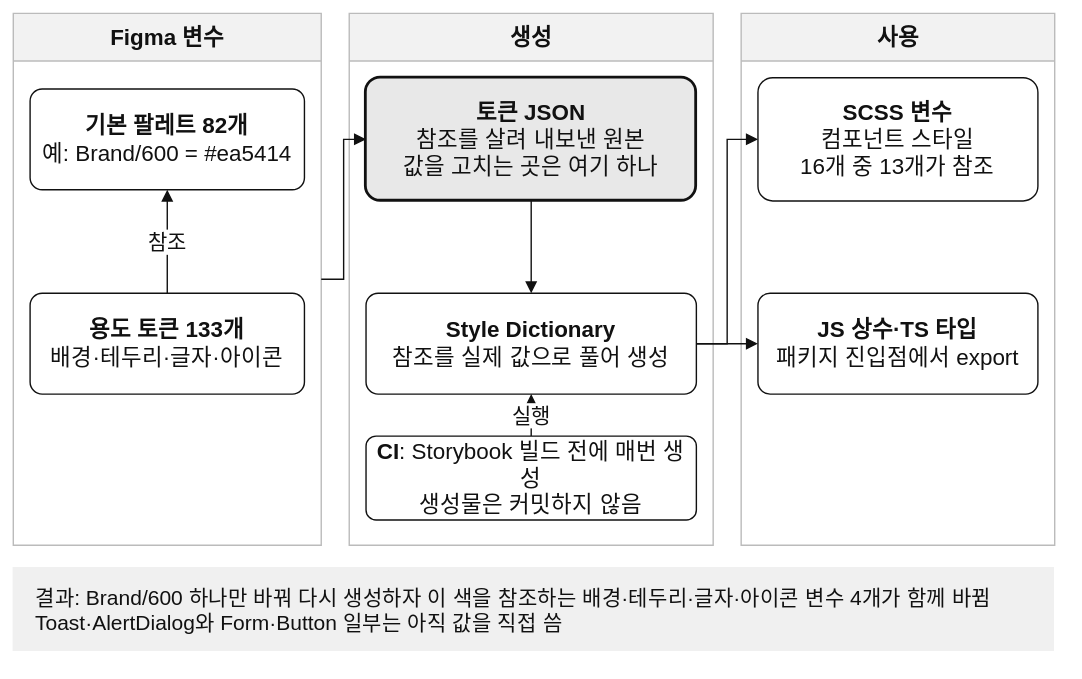
Earlier version of the draw.io export public/diagrams/design-token-pipeline.drawio.svg (reasonjun/portfolio). Source tidied: cells renumbered, new cells last; positions are measured from the earlier drawing's top-left corner, leaving out a move shared by most shapes. The source it was exported from:
```xml
<mxGraphModel background="#FFFFFF">
  <root>
    <mxCell id="0" />
    <mxCell id="1" parent="0" />
    <mxCell id="2" value="&lt;b&gt;Figma 변수&lt;/b&gt;" style="swimlane;startSize=34;html=1;fontSize=16;fontColor=#111111;strokeColor=#BBBBBB;fillColor=#F2F2F2;swimlaneFillColor=#FFFFFF;rounded=0;" parent="1" vertex="1">
      <mxGeometry width="220" height="380" as="geometry" />
    </mxCell>
    <mxCell id="3" value="&lt;b&gt;생성&lt;/b&gt;" style="swimlane;startSize=34;html=1;fontSize=16;fontColor=#111111;strokeColor=#BBBBBB;fillColor=#F2F2F2;swimlaneFillColor=#FFFFFF;rounded=0;" parent="1" vertex="1">
      <mxGeometry x="240" width="260" height="380" as="geometry" />
    </mxCell>
    <mxCell id="4" value="&lt;b&gt;사용&lt;/b&gt;" style="swimlane;startSize=34;html=1;fontSize=16;fontColor=#111111;strokeColor=#BBBBBB;fillColor=#F2F2F2;swimlaneFillColor=#FFFFFF;rounded=0;" parent="1" vertex="1">
      <mxGeometry x="520" width="224" height="380" as="geometry" />
    </mxCell>
    <mxCell id="5" value="&lt;b&gt;기본 팔레트 82개&lt;/b&gt;&lt;br&gt;예: Brand/600 = #ea5414" style="rounded=1;whiteSpace=wrap;html=1;fontSize=16;fontColor=#111111;strokeColor=#111111;fillColor=#FFFFFF;arcSize=12;" parent="1" vertex="1">
      <mxGeometry x="12" y="54" width="196" height="72" as="geometry" />
    </mxCell>
    <mxCell id="6" value="&lt;b&gt;용도 토큰 133개&lt;/b&gt;&lt;br&gt;배경·테두리·글자·아이콘" style="rounded=1;whiteSpace=wrap;html=1;fontSize=16;fontColor=#111111;strokeColor=#111111;fillColor=#FFFFFF;arcSize=12;" parent="1" vertex="1">
      <mxGeometry x="12" y="200" width="196" height="72" as="geometry" />
    </mxCell>
    <mxCell id="7" value="&lt;b&gt;토큰 JSON&lt;/b&gt;&lt;br&gt;참조를 살려 내보낸 원본&lt;br&gt;값을 고치는 곳은 여기 하나" style="rounded=1;whiteSpace=wrap;html=1;fontSize=16;fontColor=#111111;strokeColor=#111111;strokeWidth=2;fillColor=#E8E8E8;arcSize=12;" parent="1" vertex="1">
      <mxGeometry x="252" y="46" width="236" height="88" as="geometry" />
    </mxCell>
    <mxCell id="8" value="&lt;b&gt;Style Dictionary&lt;/b&gt;&lt;br&gt;참조를 실제 값으로 풀어 생성" style="rounded=1;whiteSpace=wrap;html=1;fontSize=16;fontColor=#111111;strokeColor=#111111;fillColor=#FFFFFF;arcSize=12;" parent="1" vertex="1">
      <mxGeometry x="252" y="200" width="236" height="72" as="geometry" />
    </mxCell>
    <mxCell id="9" value="&lt;b&gt;CI&lt;/b&gt;: Storybook 빌드 전에 매번 생성&lt;br&gt;생성물은 커밋하지 않음" style="rounded=1;whiteSpace=wrap;html=1;fontSize=16;fontColor=#111111;strokeColor=#111111;fillColor=#FFFFFF;arcSize=12;" parent="1" vertex="1">
      <mxGeometry x="252" y="302" width="236" height="60" as="geometry" />
    </mxCell>
    <mxCell id="10" value="&lt;b&gt;SCSS 변수&lt;/b&gt;&lt;br&gt;컴포넌트 스타일&lt;br&gt;16개 중 13개가 참조" style="rounded=1;whiteSpace=wrap;html=1;fontSize=16;fontColor=#111111;strokeColor=#111111;fillColor=#FFFFFF;arcSize=12;" parent="1" vertex="1">
      <mxGeometry x="532" y="46" width="200" height="88" as="geometry" />
    </mxCell>
    <mxCell id="11" value="&lt;b&gt;JS 상수·TS 타입&lt;/b&gt;&lt;br&gt;패키지 진입점에서 export" style="rounded=1;whiteSpace=wrap;html=1;fontSize=16;fontColor=#111111;strokeColor=#111111;fillColor=#FFFFFF;arcSize=12;" parent="1" vertex="1">
      <mxGeometry x="532" y="200" width="200" height="72" as="geometry" />
    </mxCell>
    <mxCell id="12" value="결과: Brand/600 하나만 바꿔 다시 생성하자 이 색을 참조하는 배경·테두리·글자·아이콘 변수 4개가 함께 바뀜&lt;br&gt;Toast·AlertDialog와 Form·Button 일부는 아직 값을 직접 씀" style="rounded=0;whiteSpace=wrap;html=1;fontSize=15;fontColor=#111111;strokeColor=none;fillColor=#F0F0F0;align=left;spacingLeft=14;" parent="1" vertex="1">
      <mxGeometry y="396" width="744" height="60" as="geometry" />
    </mxCell>
    <mxCell id="13" value="참조" style="endArrow=block;endFill=1;html=1;strokeColor=#111111;fontColor=#111111;fontSize=15;labelBackgroundColor=#FFFFFF;edgeStyle=orthogonalEdgeStyle;rounded=0;exitX=0.5;exitY=0;entryX=0.5;entryY=1;" parent="1" edge="1" source="6" target="5">
      <mxGeometry relative="1" as="geometry" />
    </mxCell>
    <mxCell id="14" style="endArrow=block;endFill=1;html=1;strokeColor=#111111;fontColor=#111111;fontSize=15;labelBackgroundColor=#FFFFFF;edgeStyle=orthogonalEdgeStyle;rounded=0;exitX=1;exitY=0.5;entryX=0;entryY=0.5;" parent="1" edge="1" source="2" target="7">
      <mxGeometry relative="1" as="geometry" />
    </mxCell>
    <mxCell id="15" style="endArrow=block;endFill=1;html=1;strokeColor=#111111;fontColor=#111111;fontSize=15;labelBackgroundColor=#FFFFFF;edgeStyle=orthogonalEdgeStyle;rounded=0;exitX=0.5;exitY=1;entryX=0.5;entryY=0;" parent="1" edge="1" source="7" target="8">
      <mxGeometry relative="1" as="geometry" />
    </mxCell>
    <mxCell id="16" value="실행" style="endArrow=block;endFill=1;html=1;strokeColor=#111111;fontColor=#111111;fontSize=15;labelBackgroundColor=#FFFFFF;edgeStyle=orthogonalEdgeStyle;rounded=0;exitX=0.5;exitY=0;entryX=0.5;entryY=1;" parent="1" edge="1" source="9" target="8">
      <mxGeometry relative="1" as="geometry" />
    </mxCell>
    <mxCell id="17" style="endArrow=block;endFill=1;html=1;strokeColor=#111111;fontColor=#111111;fontSize=15;labelBackgroundColor=#FFFFFF;edgeStyle=orthogonalEdgeStyle;rounded=0;exitX=1;exitY=0.5;entryX=0;entryY=0.5;" parent="1" edge="1" source="8" target="10">
      <mxGeometry relative="1" as="geometry" />
    </mxCell>
    <mxCell id="18" style="endArrow=block;endFill=1;html=1;strokeColor=#111111;fontColor=#111111;fontSize=15;labelBackgroundColor=#FFFFFF;edgeStyle=orthogonalEdgeStyle;rounded=0;exitX=1;exitY=0.5;entryX=0;entryY=0.5;" parent="1" edge="1" source="8" target="11">
      <mxGeometry relative="1" as="geometry" />
    </mxCell>
  </root>
</mxGraphModel>
```
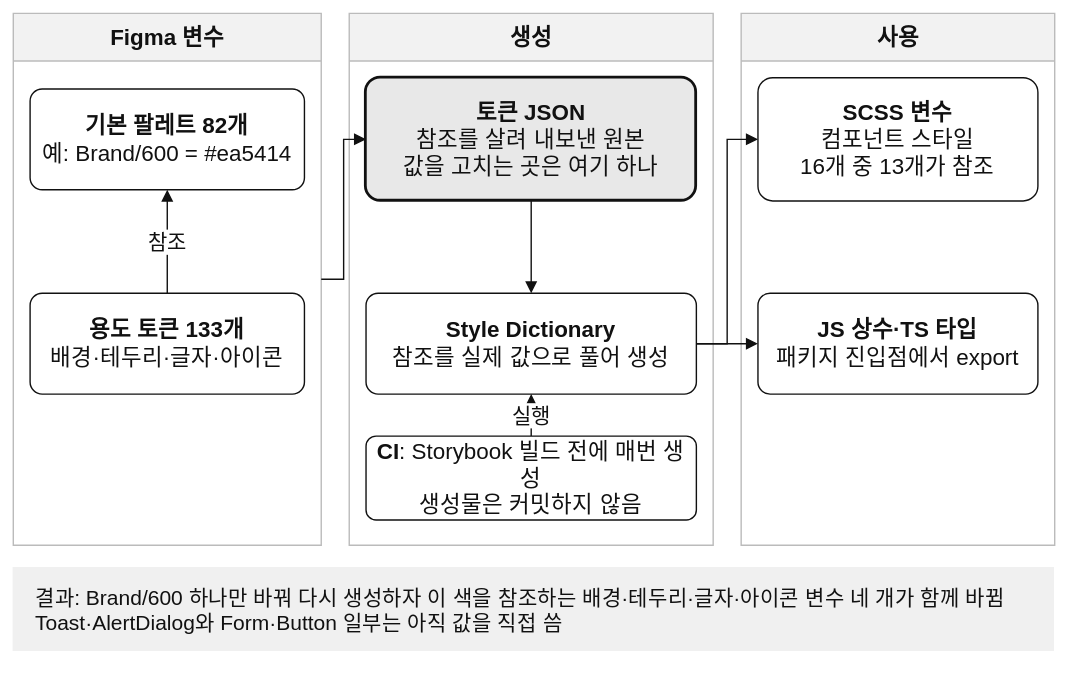
The same file after the commit.

Diff of the diagram source:
```diff
@@ -32,7 +32,7 @@
     <mxCell id="11" value="&lt;b&gt;JS 상수·TS 타입&lt;/b&gt;&lt;br&gt;패키지 진입점에서 export" style="rounded=1;whiteSpace=wrap;html=1;fontSize=16;fontColor=#111111;strokeColor=#111111;fillColor=#FFFFFF;arcSize=12;" parent="1" vertex="1">
       <mxGeometry x="532" y="200" width="200" height="72" as="geometry" />
     </mxCell>
-    <mxCell id="12" value="결과: Brand/600 하나만 바꿔 다시 생성하자 이 색을 참조하는 배경·테두리·글자·아이콘 변수 4개가 함께 바뀜&lt;br&gt;Toast·AlertDialog와 Form·Button 일부는 아직 값을 직접 씀" style="rounded=0;whiteSpace=wrap;html=1;fontSize=15;fontColor=#111111;strokeColor=none;fillColor=#F0F0F0;align=left;spacingLeft=14;" parent="1" vertex="1">
+    <mxCell id="12" value="결과: Brand/600 하나만 바꿔 다시 생성하자 이 색을 참조하는 배경·테두리·글자·아이콘 변수 네 개가 함께 바뀜&lt;br&gt;Toast·AlertDialog와 Form·Button 일부는 아직 값을 직접 씀" style="rounded=0;whiteSpace=wrap;html=1;fontSize=15;fontColor=#111111;strokeColor=none;fillColor=#F0F0F0;align=left;spacingLeft=14;" parent="1" vertex="1">
       <mxGeometry y="396" width="744" height="60" as="geometry" />
     </mxCell>
     <mxCell id="13" value="참조" style="endArrow=block;endFill=1;html=1;strokeColor=#111111;fontColor=#111111;fontSize=15;labelBackgroundColor=#FFFFFF;edgeStyle=orthogonalEdgeStyle;rounded=0;exitX=0.5;exitY=0;entryX=0.5;entryY=1;" parent="1" edge="1" source="6" target="5">
```
